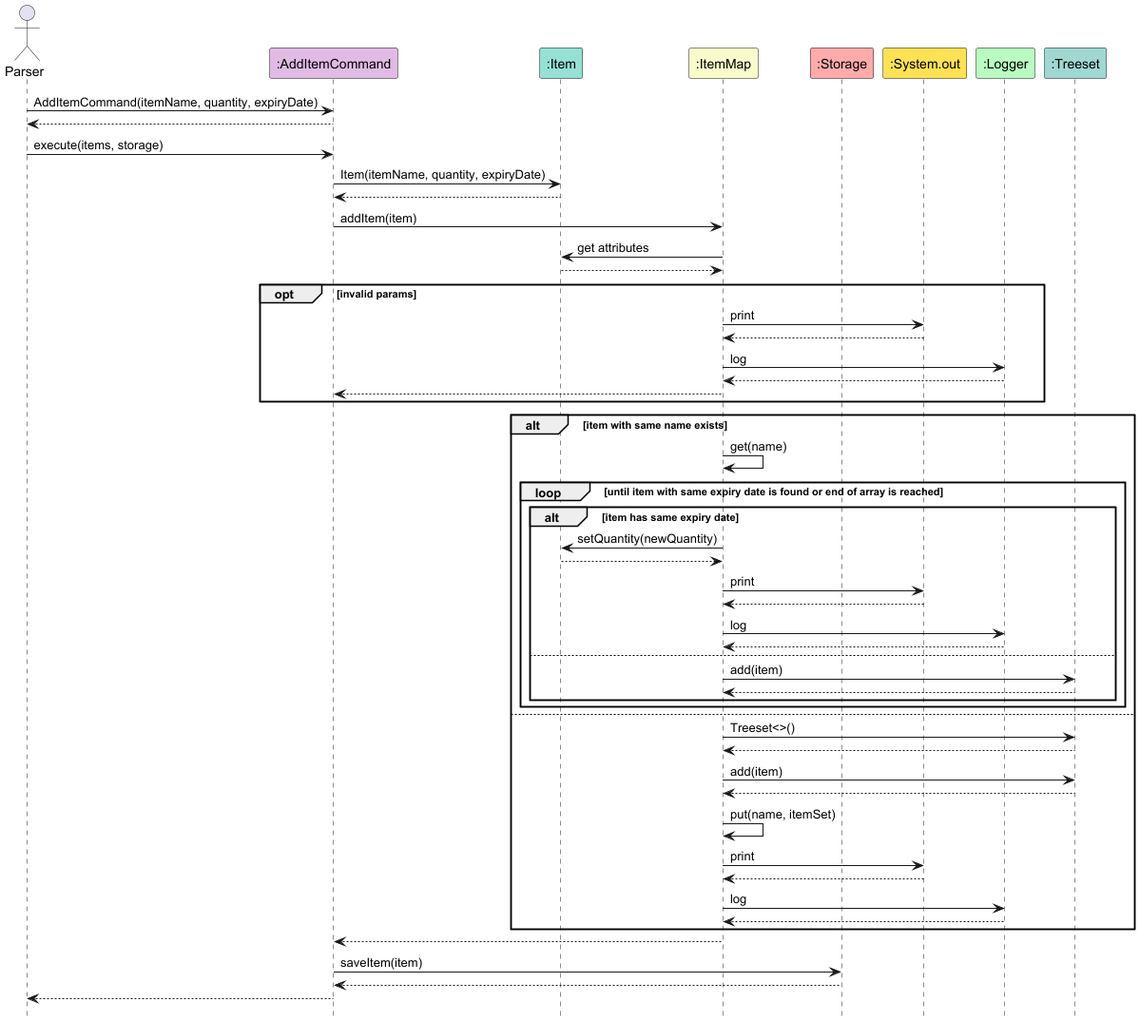
Above: docs/diagrams/AddItemCommand-SequenceDiagram.png in yijiano/tp (PlantUML), before the change.
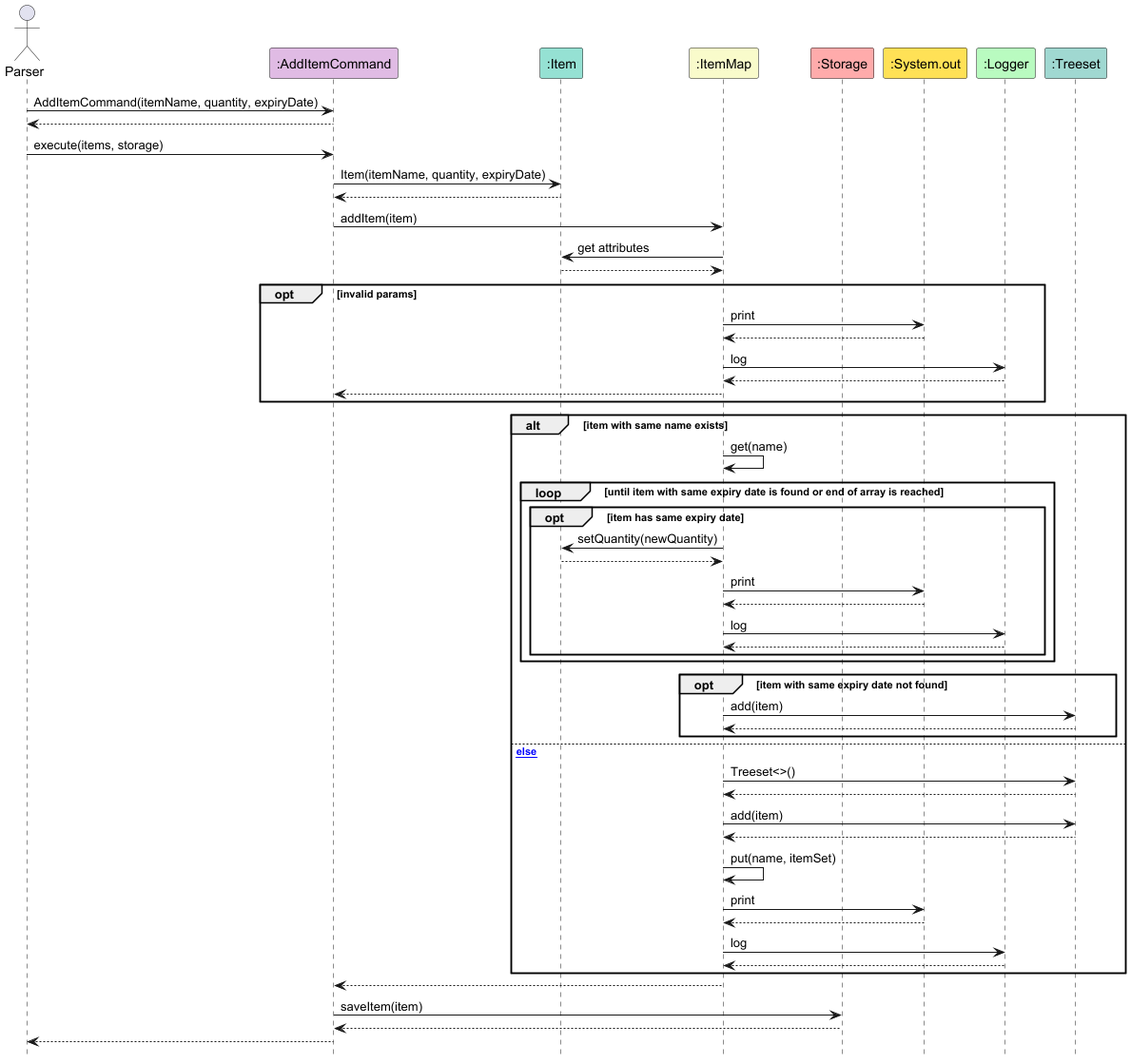
The same diagram one commit later.

Commit message:
Update sequence diagram png file

Change to the diagram source:
```diff
@@ -33,22 +33,21 @@
 alt item with same name exists
     ItemMap -> ItemMap : get(name)
     loop until item with same expiry date is found or end of array is reached
-        alt item has same expiry date
+        opt item has same expiry date
             ItemMap -> Item : setQuantity(newQuantity)
             return
             ItemMap -> System.out : print
             return
             ItemMap -> Logger : log
             return
-
-        else
-            ItemMap -> Treeset : add(item)
-            return
         end
 
     end
-
-else
+    opt item with same expiry date not found
+        ItemMap -> Treeset : add(item)
+        return
+    end
+else [else]
     ItemMap -> Treeset : Treeset<>()
     return
     ItemMap -> Treeset : add(item)
```
